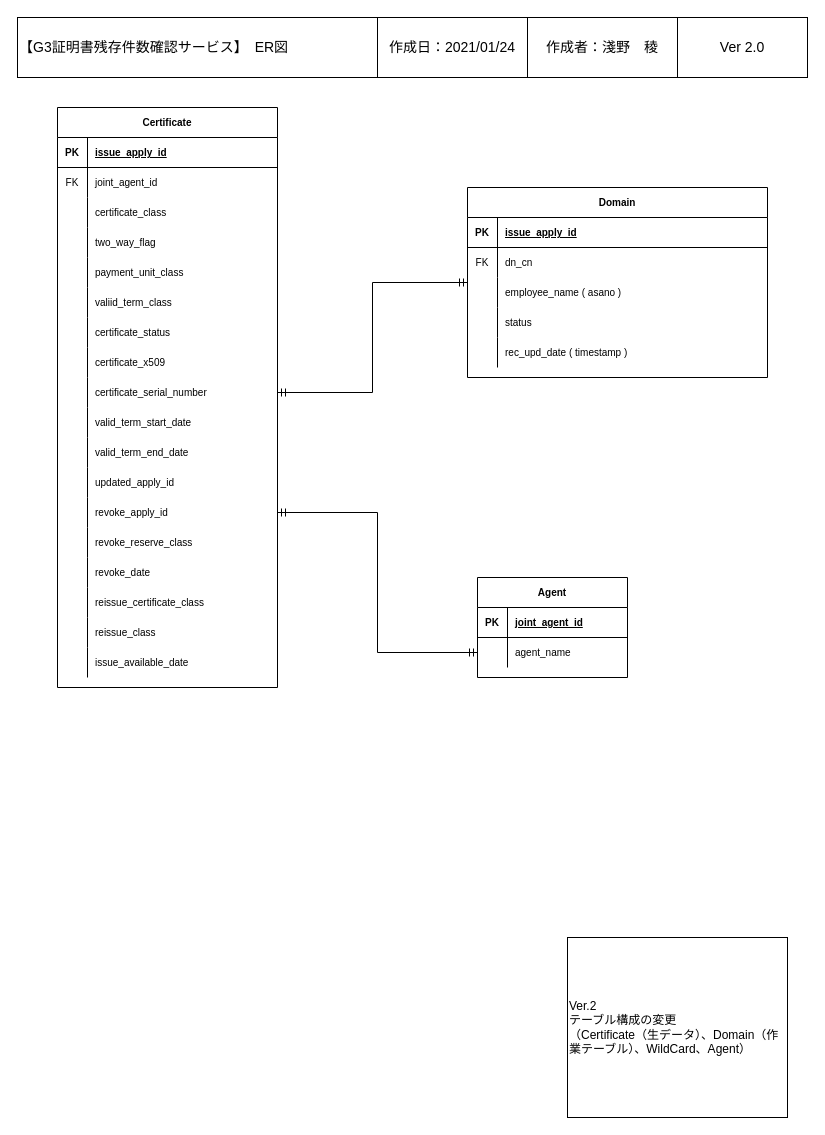
r-asano/kaihatsubuKenshu keeps this draw.io diagram as page "ER図" (3 of 6) of UMLDiagram.drawio. Above is the earlier version. Source tidied: cells renumbered, new cells numbered last; positions are measured from the earlier drawing's top-left corner, leaving out a move shared by most shapes. Both pictures are drawn from the tidied source at 100%, with x=0, y=0 at pixel (17, 17).
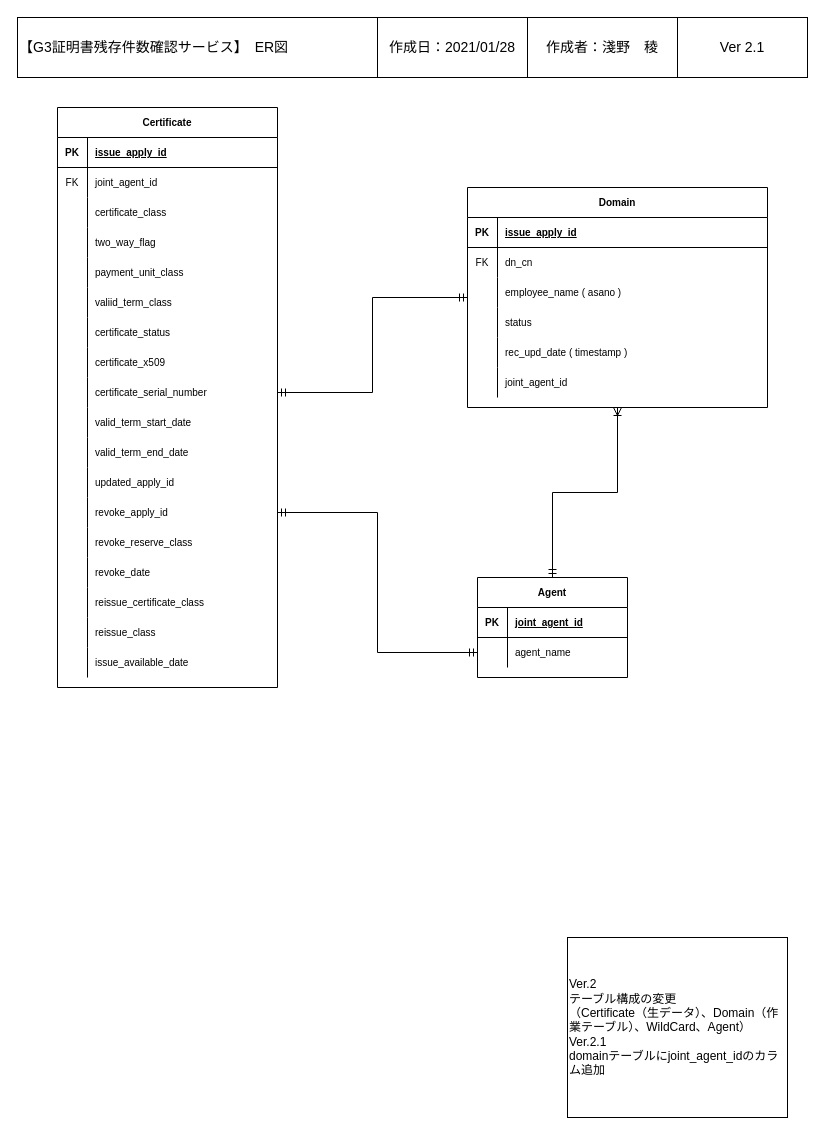
The same diagram, later.

Unchanged cells that the change refers to:
```xml
<mxCell id="18" value="Agent" style="shape=table;startSize=30;childLayout=tableLayout;rowLines=0;fontStyle=1;align=center;fontSize=10;" parent="1" vertex="1">
  <mxGeometry x="460" y="560" width="150" height="100" as="geometry" />
</mxCell>
```

What changed in the source:
```diff
@@
     <mxCell id="2" value="Domain" style="shape=table;startSize=30;childLayout=tableLayout;rowLines=0;fontStyle=1;align=center;fontSize=10;" parent="1" vertex="1">
-      <mxGeometry x="450" y="170" width="300" height="190" as="geometry" />
+      <mxGeometry x="450" y="170" width="300" height="220" as="geometry" />
     </mxCell>
@@
+    <mxCell id="87" style="shape=partialRectangle;fillColor=none;top=0;left=0;right=0;bottom=0;fontSize=10;" parent="2" vertex="1">
+      <mxGeometry y="180" width="300" height="30" as="geometry" />
+    </mxCell>
+    <mxCell id="88" style="shape=partialRectangle;overflow=hidden;fillColor=none;top=0;left=0;bottom=0;right=0;fontSize=10;" parent="87" vertex="1">
+      <mxGeometry width="30" height="30" as="geometry" />
+    </mxCell>
+    <mxCell id="89" value="joint_agent_id" style="shape=partialRectangle;overflow=hidden;fillColor=none;top=0;left=0;bottom=0;right=0;align=left;spacingLeft=6;fontSize=10;" parent="87" vertex="1">
+      <mxGeometry x="30" width="270" height="30" as="geometry" />
+    </mxCell>
@@
-    <mxCell id="26" value="&lt;font style=&quot;font-size: 14px&quot;&gt;作成日：2021/01/24&lt;/font&gt;" style="rounded=0;whiteSpace=wrap;html=1;fontSize=14;" parent="1" vertex="1">
+    <mxCell id="26" value="&lt;font style=&quot;font-size: 14px&quot;&gt;作成日：2021/01/28&lt;/font&gt;" style="rounded=0;whiteSpace=wrap;html=1;fontSize=14;" parent="1" vertex="1">
       <mxGeometry x="360" width="150" height="60" as="geometry" />
     </mxCell>
@@
-    <mxCell id="28" value="&lt;font style=&quot;font-size: 14px&quot;&gt;Ver 2.0&lt;br&gt;&lt;/font&gt;" style="rounded=0;whiteSpace=wrap;html=1;fontSize=14;" parent="1" vertex="1">
+    <mxCell id="28" value="&lt;font style=&quot;font-size: 14px&quot;&gt;Ver 2.1&lt;/font&gt;" style="rounded=0;whiteSpace=wrap;html=1;fontSize=14;" parent="1" vertex="1">
       <mxGeometry x="660" width="130" height="60" as="geometry" />
     </mxCell>
@@
-    <mxCell id="84" value="&lt;div align=&quot;left&quot;&gt;Ver.2&lt;/div&gt;&lt;div align=&quot;left&quot;&gt;テーブル構成の変更&lt;/div&gt;&lt;div align=&quot;left&quot;&gt;（Certificate（生データ）、Domain（作業テーブル）、WildCard、Agent）&lt;br&gt;&lt;/div&gt;" style="rounded=0;whiteSpace=wrap;html=1;align=left;" parent="1" vertex="1">
+    <mxCell id="84" value="&lt;div align=&quot;left&quot;&gt;Ver.2&lt;/div&gt;&lt;div align=&quot;left&quot;&gt;テーブル構成の変更&lt;/div&gt;&lt;div align=&quot;left&quot;&gt;（Certificate（生データ）、Domain（作業テーブル）、WildCard、Agent）&lt;/div&gt;&lt;div align=&quot;left&quot;&gt;Ver.2.1&lt;/div&gt;&lt;div align=&quot;left&quot;&gt;domainテーブルにjoint_agent_idのカラム追加&lt;br&gt;&lt;/div&gt;" style="rounded=0;whiteSpace=wrap;html=1;align=left;" parent="1" vertex="1">
       <mxGeometry x="550" y="920" width="220" height="180" as="geometry" />
     </mxCell>
@@
+    <mxCell id="90" style="edgeStyle=orthogonalEdgeStyle;rounded=0;jettySize=auto;html=1;endArrow=ERoneToMany;endFill=0;startArrow=ERmandOne;startFill=0;exitX=0.5;exitY=0;exitDx=0;exitDy=0;entryX=0.5;entryY=1;entryDx=0;entryDy=0;" parent="1" edge="1" source="18" target="2">
+      <mxGeometry relative="1" as="geometry" />
+    </mxCell>
```
